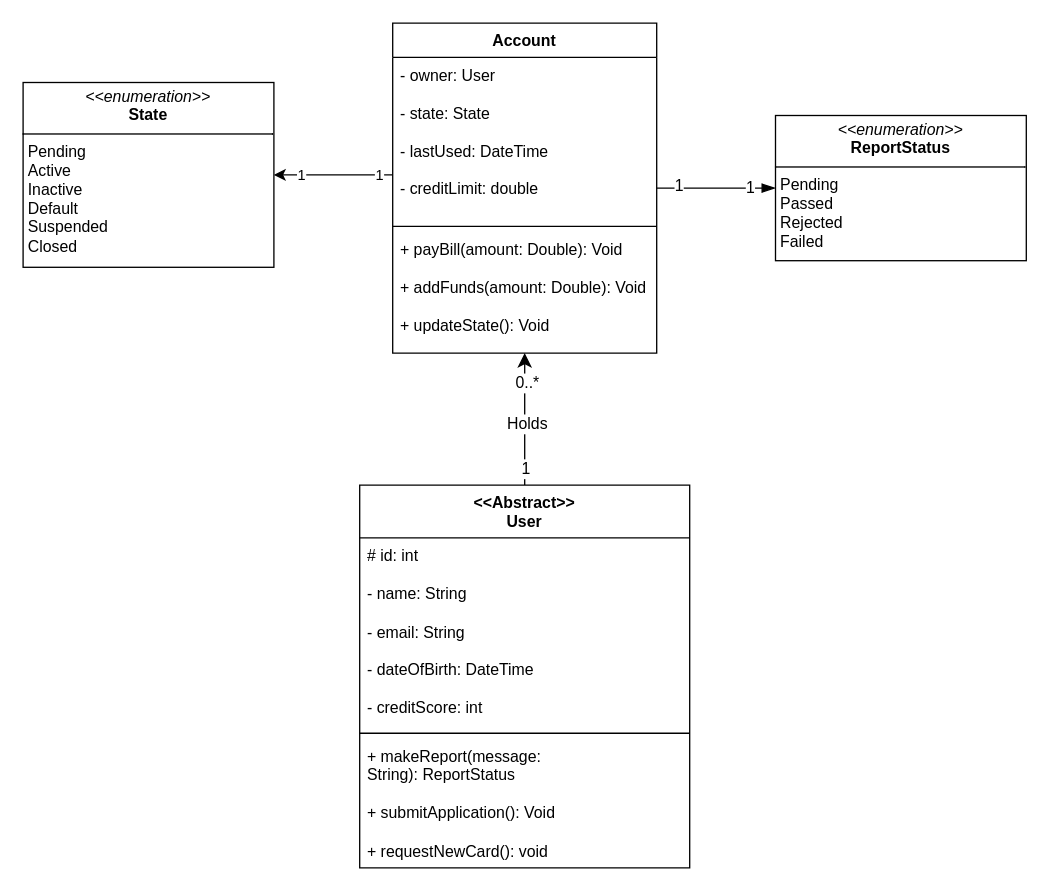
This is page "Page-3" (3 of 3) of workshop6_week7.drawio from antonykimuom/SWEN30006-2025-SM1-workshop1-tuew05-14-00-team-12, a draw.io file, before an edit. Source tidied: cells renumbered, new cells numbered last; positions are measured from the earlier drawing's top-left corner, leaving out a move shared by most shapes. Both pictures are drawn from the tidied source at 132%, with x=0, y=0 at pixel (22, 22).
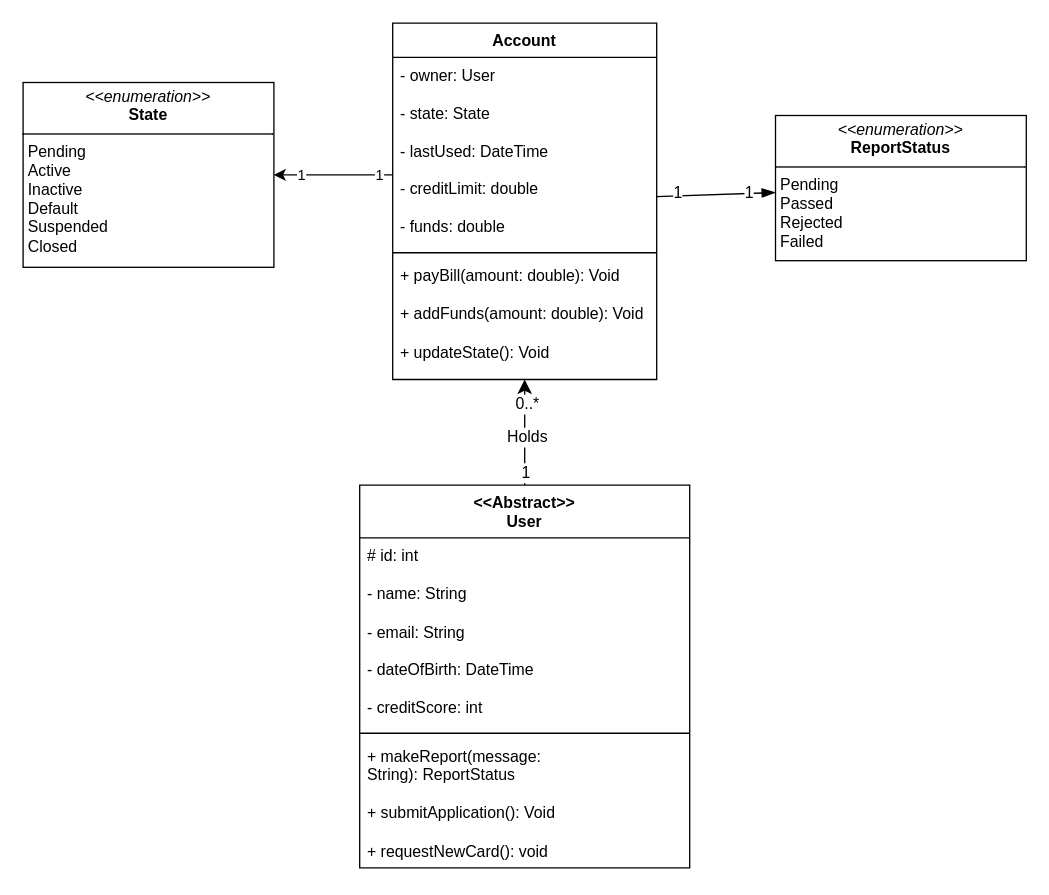
Above is the later version.

Diff of the diagram source:
```diff
@@
     <mxCell id="2" value="Account" style="swimlane;fontStyle=1;align=center;verticalAlign=top;horizontal=1;startSize=26;whiteSpace=wrap;html=1;" parent="1" vertex="1">
-      <mxGeometry x="280" width="200" height="250" as="geometry" />
+      <mxGeometry x="280" width="200" height="270" as="geometry" />
     </mxCell>
-    <mxCell id="3" value="&lt;div&gt;- owner: User&lt;/div&gt;&lt;div&gt;&lt;br&gt;&lt;/div&gt;- state: State&lt;div&gt;&lt;br&gt;&lt;/div&gt;&lt;div&gt;- lastUsed: DateTime&lt;/div&gt;&lt;div&gt;&lt;br&gt;&lt;/div&gt;&lt;div&gt;- creditLimit: double&lt;/div&gt;" style="text;strokeColor=none;fillColor=none;align=left;verticalAlign=top;spacingLeft=4;spacingRight=4;overflow=hidden;whiteSpace=wrap;html=1;" parent="2" vertex="1">
-      <mxGeometry y="26" width="200" height="124" as="geometry" />
+    <mxCell id="3" value="&lt;div&gt;- owner: User&lt;/div&gt;&lt;div&gt;&lt;br&gt;&lt;/div&gt;- state: State&lt;div&gt;&lt;br&gt;&lt;/div&gt;&lt;div&gt;- lastUsed: DateTime&lt;/div&gt;&lt;div&gt;&lt;br&gt;&lt;/div&gt;&lt;div&gt;- creditLimit: double&lt;/div&gt;&lt;div&gt;&lt;br&gt;&lt;/div&gt;&lt;div&gt;- funds: double&lt;/div&gt;" style="text;strokeColor=none;fillColor=none;align=left;verticalAlign=top;spacingLeft=4;spacingRight=4;overflow=hidden;whiteSpace=wrap;html=1;" parent="2" vertex="1">
+      <mxGeometry y="26" width="200" height="144" as="geometry" />
     </mxCell>
     <mxCell id="4" style="line;strokeWidth=1;fillColor=none;align=left;verticalAlign=middle;spacingTop=-1;spacingLeft=3;spacingRight=3;labelPosition=right;strokeColor=inherit;" parent="2" vertex="1">
-      <mxGeometry y="150" width="200" height="8" as="geometry" />
+      <mxGeometry y="170" width="200" height="8" as="geometry" />
     </mxCell>
-    <mxCell id="5" value="+ payBill(amount: Double): Void&lt;div&gt;&lt;br&gt;&lt;/div&gt;&lt;div&gt;+ addFunds(amount: Double): Void&lt;/div&gt;&lt;div&gt;&lt;br&gt;&lt;/div&gt;&lt;div&gt;+ updateState(): Void&lt;/div&gt;" style="text;strokeColor=none;fillColor=none;align=left;verticalAlign=top;spacingLeft=4;spacingRight=4;overflow=hidden;points=[[0,0.5],[1,0.5]];portConstraint=eastwest;whiteSpace=wrap;html=1;" parent="2" vertex="1">
-      <mxGeometry y="158" width="200" height="92" as="geometry" />
+    <mxCell id="5" value="+ payBill(amount: double): Void&lt;div&gt;&lt;br&gt;&lt;/div&gt;&lt;div&gt;+ addFunds(amount: double): Void&lt;/div&gt;&lt;div&gt;&lt;br&gt;&lt;/div&gt;&lt;div&gt;+ updateState(): Void&lt;/div&gt;" style="text;strokeColor=none;fillColor=none;align=left;verticalAlign=top;spacingLeft=4;spacingRight=4;overflow=hidden;points=[[0,0.5],[1,0.5]];portConstraint=eastwest;whiteSpace=wrap;html=1;" parent="2" vertex="1">
+      <mxGeometry y="178" width="200" height="92" as="geometry" />
     </mxCell>
```
